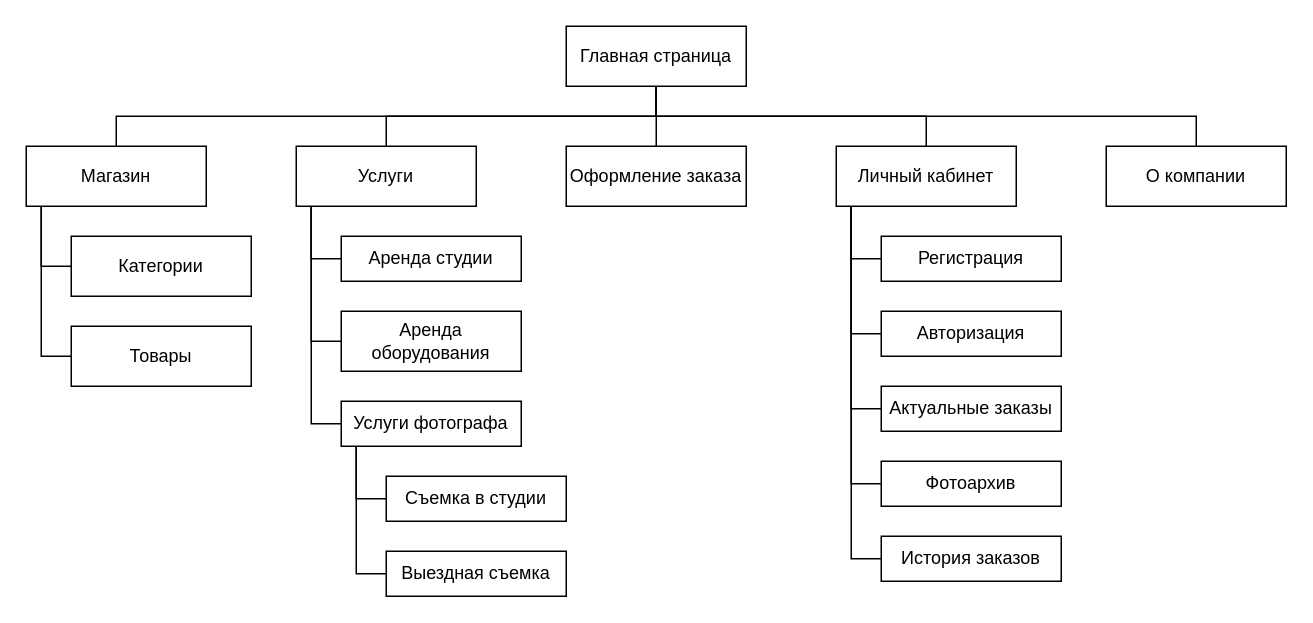
KinOnik/TRWP_PhotoStudio keeps this draw.io diagram as page "WEB" (2 of 4) of lab/lab1/спецификация/Photostudio.drawio. Above is the earlier version. Source tidied: cells renumbered, new cells numbered last; positions are measured from the earlier drawing's top-left corner, leaving out a move shared by most shapes. Both pictures are drawn from the tidied source at 150%, with x=0, y=0 at pixel (26, 26).
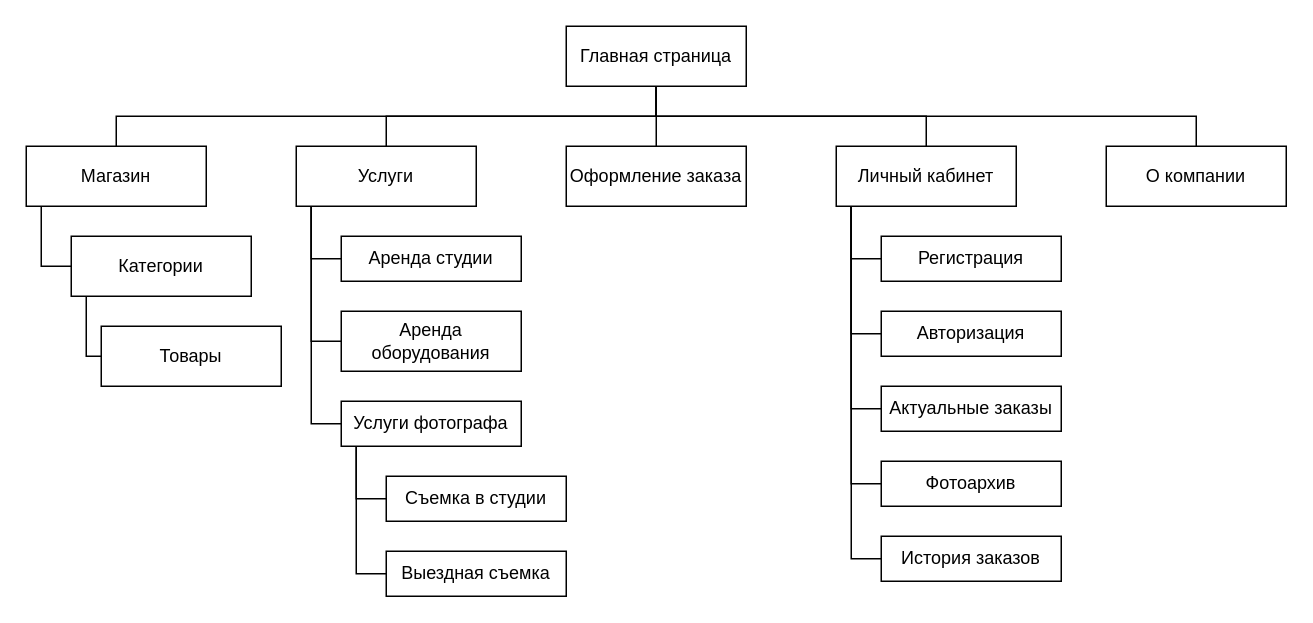
After the change.

Diff of the diagram source:
```diff
@@
     <mxCell id="8" value="Товары" style="rounded=0;whiteSpace=wrap;html=1;" parent="1" vertex="1">
-      <mxGeometry x="30" y="200" width="120" height="40" as="geometry" />
+      <mxGeometry x="50" y="200" width="120" height="40" as="geometry" />
     </mxCell>
@@
-    <mxCell id="20" style="endArrow=none;html=1;rounded=0;exitX=0;exitY=0.5;exitDx=0;exitDy=0;" parent="1" edge="1" source="8">
-      <mxGeometry relative="1" as="geometry">
-        <mxPoint x="10" y="120" as="targetPoint" />
-        <Array as="points">
-          <mxPoint x="10" y="220" />
-        </Array>
-      </mxGeometry>
-    </mxCell>
@@
+    <mxCell id="37" style="endArrow=none;html=1;rounded=0;exitX=0;exitY=0.5;exitDx=0;exitDy=0;" parent="1" edge="1" source="8">
+      <mxGeometry relative="1" as="geometry">
+        <mxPoint x="40" y="180" as="targetPoint" />
+        <Array as="points">
+          <mxPoint x="40" y="220" />
+        </Array>
+      </mxGeometry>
+    </mxCell>
```
